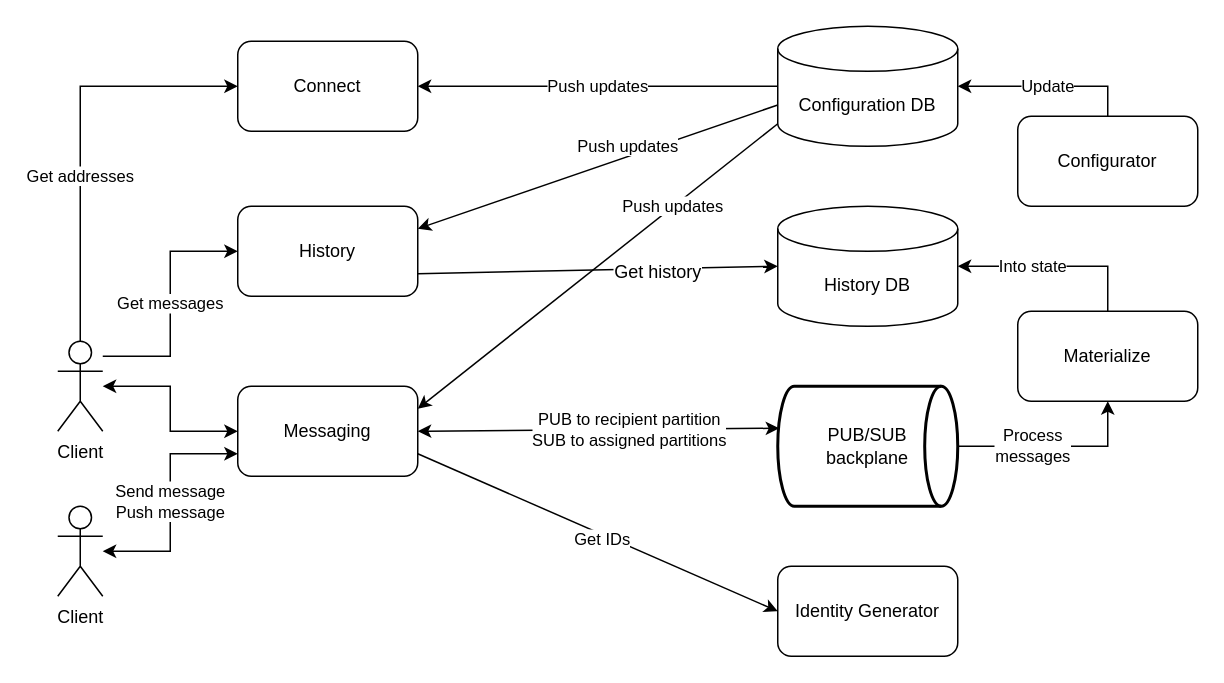
The draw.io diagram docs/diagrams/cecochat-01-overall.drawio in cvetomir-todorov/CecoChat, before the edit. Source tidied: cells renumbered, new cells numbered last; positions are measured from the earlier drawing's top-left corner, leaving out a move shared by most shapes. Both pictures are drawn from the tidied source at 150%, with x=0, y=0 at pixel (57, 26).
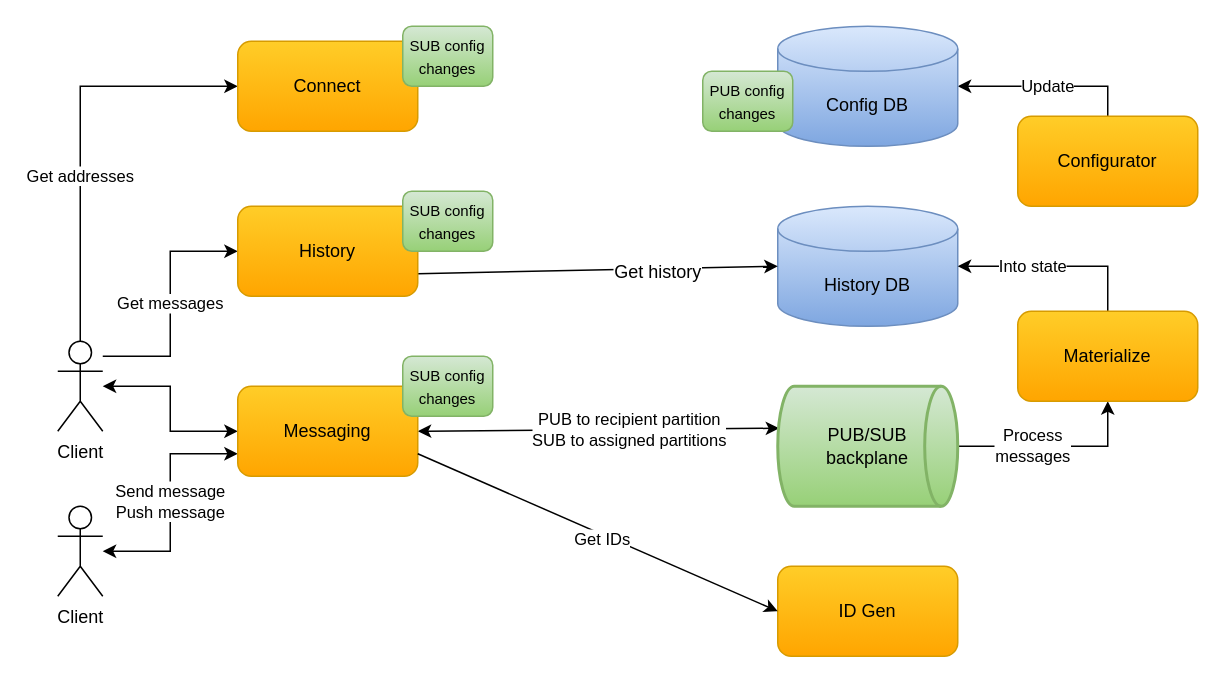
The same diagram, later.

Diff of the diagram source:
```diff
@@
-    <mxCell id="9" value="&lt;font style=&quot;font-size: 12px&quot;&gt;Messaging&lt;/font&gt;" style="rounded=1;whiteSpace=wrap;html=1;" parent="1" vertex="1">
+    <mxCell id="9" value="&lt;font style=&quot;font-size: 12px&quot;&gt;Messaging&lt;/font&gt;" style="rounded=1;whiteSpace=wrap;html=1;gradientColor=#ffa500;fillColor=#ffcd28;strokeColor=#d79b00;" parent="1" vertex="1">
       <mxGeometry x="120" y="240" width="120" height="60" as="geometry" />
     </mxCell>
@@
-    <mxCell id="11" value="PUB/SUB&lt;br&gt;backplane" style="strokeWidth=2;html=1;shape=mxgraph.flowchart.direct_data;whiteSpace=wrap;" parent="1" vertex="1">
+    <mxCell id="11" value="PUB/SUB&lt;br&gt;backplane" style="strokeWidth=2;html=1;shape=mxgraph.flowchart.direct_data;whiteSpace=wrap;gradientColor=#97d077;fillColor=#d5e8d4;strokeColor=#82b366;" parent="1" vertex="1">
       <mxGeometry x="480" y="240" width="120" height="80" as="geometry" />
     </mxCell>
-    <mxCell id="12" value="History DB" style="shape=cylinder3;whiteSpace=wrap;html=1;boundedLbl=1;backgroundOutline=1;size=15;" parent="1" vertex="1">
+    <mxCell id="12" value="History DB" style="shape=cylinder3;whiteSpace=wrap;html=1;boundedLbl=1;backgroundOutline=1;size=15;gradientColor=#7ea6e0;fillColor=#dae8fc;strokeColor=#6c8ebf;" parent="1" vertex="1">
       <mxGeometry x="480" y="120" width="120" height="80" as="geometry" />
     </mxCell>
@@
-    <mxCell id="14" value="Push updates" style="edgeStyle=orthogonalEdgeStyle;rounded=0;jettySize=auto;html=1;entryX=0;entryY=0.5;entryDx=0;entryDy=0;entryPerimeter=0;exitX=1;exitY=0.5;exitDx=0;exitDy=0;startArrow=classic;startFill=1;endArrow=none;endFill=0;" parent="1" edge="1" source="15" target="21">
-      <mxGeometry relative="1" as="geometry">
-        <Array as="points">
-          <mxPoint x="360" y="40" />
-          <mxPoint x="360" y="40" />
-        </Array>
-      </mxGeometry>
-    </mxCell>
-    <mxCell id="15" value="&lt;font style=&quot;font-size: 12px&quot;&gt;Connect&lt;br&gt;&lt;/font&gt;" style="rounded=1;whiteSpace=wrap;html=1;" parent="1" vertex="1">
+    <mxCell id="15" value="&lt;font style=&quot;font-size: 12px&quot;&gt;Connect&lt;br&gt;&lt;/font&gt;" style="rounded=1;whiteSpace=wrap;html=1;gradientColor=#ffa500;fillColor=#ffcd28;strokeColor=#d79b00;" parent="1" vertex="1">
       <mxGeometry x="120" y="10" width="120" height="60" as="geometry" />
     </mxCell>
@@
-    <mxCell id="17" value="Materialize" style="rounded=1;whiteSpace=wrap;html=1;" parent="1" vertex="1">
+    <mxCell id="17" value="Materialize" style="rounded=1;whiteSpace=wrap;html=1;gradientColor=#ffa500;fillColor=#ffcd28;strokeColor=#d79b00;" parent="1" vertex="1">
       <mxGeometry x="640" y="190" width="120" height="60" as="geometry" />
     </mxCell>
@@
-    <mxCell id="19" value="Configurator" style="rounded=1;whiteSpace=wrap;html=1;" parent="1" vertex="1">
+    <mxCell id="19" value="Configurator" style="rounded=1;whiteSpace=wrap;html=1;gradientColor=#ffa500;fillColor=#ffcd28;strokeColor=#d79b00;" parent="1" vertex="1">
       <mxGeometry x="640" y="60" width="120" height="60" as="geometry" />
     </mxCell>
-    <mxCell id="20" value="Push updates" style="endArrow=classic;html=1;exitX=0;exitY=1;exitDx=0;exitDy=-15;entryX=1;entryY=0.25;entryDx=0;entryDy=0;exitPerimeter=0;" parent="1" edge="1" source="21" target="9">
-      <mxGeometry x="-0.42" relative="1" as="geometry" />
-    </mxCell>
-    <mxCell id="21" value="Configuration DB" style="shape=cylinder3;whiteSpace=wrap;html=1;boundedLbl=1;backgroundOutline=1;size=15;" parent="1" vertex="1">
+    <mxCell id="21" value="Config DB" style="shape=cylinder3;whiteSpace=wrap;html=1;boundedLbl=1;backgroundOutline=1;size=15;gradientColor=#7ea6e0;fillColor=#dae8fc;strokeColor=#6c8ebf;" parent="1" vertex="1">
       <mxGeometry x="480" width="120" height="80" as="geometry" />
     </mxCell>
-    <mxCell id="22" value="&lt;font style=&quot;font-size: 12px&quot;&gt;History&lt;/font&gt;" style="rounded=1;whiteSpace=wrap;html=1;" parent="1" vertex="1">
+    <mxCell id="22" value="&lt;font style=&quot;font-size: 12px&quot;&gt;History&lt;/font&gt;" style="rounded=1;whiteSpace=wrap;html=1;gradientColor=#ffa500;fillColor=#ffcd28;strokeColor=#d79b00;" parent="1" vertex="1">
       <mxGeometry x="120" y="120" width="120" height="60" as="geometry" />
     </mxCell>
-    <mxCell id="23" value="Push updates" style="endArrow=classic;html=1;exitX=0;exitY=0;exitDx=0;exitDy=52.5;entryX=1;entryY=0.25;entryDx=0;entryDy=0;exitPerimeter=0;" parent="1" edge="1" source="21" target="22">
-      <mxGeometry x="-0.18" y="-7" relative="1" as="geometry">
-        <mxPoint x="1" as="offset" />
-      </mxGeometry>
-    </mxCell>
-    <mxCell id="24" value="&lt;font style=&quot;font-size: 12px&quot;&gt;Identity Generator&lt;/font&gt;" style="rounded=1;whiteSpace=wrap;html=1;" parent="1" vertex="1">
+    <mxCell id="24" value="&lt;font style=&quot;font-size: 12px&quot;&gt;ID Gen&lt;/font&gt;" style="rounded=1;whiteSpace=wrap;html=1;gradientColor=#ffa500;fillColor=#ffcd28;strokeColor=#d79b00;" parent="1" vertex="1">
       <mxGeometry x="480" y="360" width="120" height="60" as="geometry" />
     </mxCell>
@@
+    <mxCell id="26" value="&lt;font style=&quot;font-size: 10px&quot;&gt;PUB config&lt;br&gt;changes&lt;/font&gt;" style="rounded=1;whiteSpace=wrap;html=1;gradientColor=#97d077;fillColor=#d5e8d4;strokeColor=#82b366;" parent="1" vertex="1">
+      <mxGeometry x="430" y="30" width="60" height="40" as="geometry" />
+    </mxCell>
+    <mxCell id="27" value="&lt;font style=&quot;font-size: 10px&quot;&gt;SUB config&lt;br&gt;changes&lt;/font&gt;" style="rounded=1;whiteSpace=wrap;html=1;gradientColor=#97d077;fillColor=#d5e8d4;strokeColor=#82b366;" parent="1" vertex="1">
+      <mxGeometry x="230" width="60" height="40" as="geometry" />
+    </mxCell>
+    <mxCell id="28" value="&lt;font style=&quot;font-size: 10px&quot;&gt;SUB config&lt;br&gt;changes&lt;/font&gt;" style="rounded=1;whiteSpace=wrap;html=1;gradientColor=#97d077;fillColor=#d5e8d4;strokeColor=#82b366;" parent="1" vertex="1">
+      <mxGeometry x="230" y="110" width="60" height="40" as="geometry" />
+    </mxCell>
+    <mxCell id="29" value="&lt;font style=&quot;font-size: 10px&quot;&gt;SUB config&lt;br&gt;changes&lt;/font&gt;" style="rounded=1;whiteSpace=wrap;html=1;gradientColor=#97d077;fillColor=#d5e8d4;strokeColor=#82b366;" parent="1" vertex="1">
+      <mxGeometry x="230" y="220" width="60" height="40" as="geometry" />
+    </mxCell>
```
